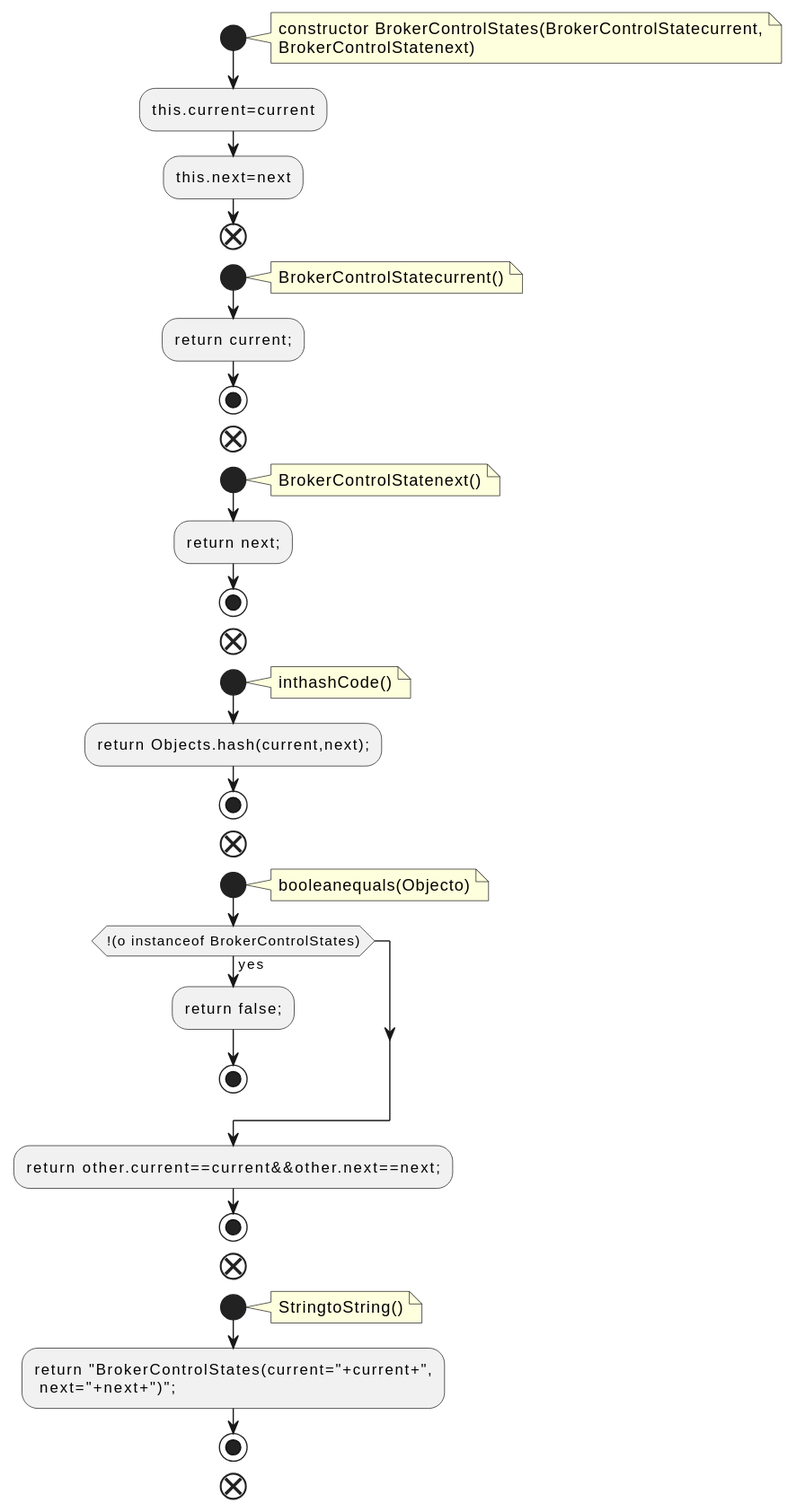
Above: docs/qc/metadata/src/main/java/org/apache/kafka/controller/BrokerControlStates.java.fct.svg in qualitesys/kafka (PlantUML), before the change.
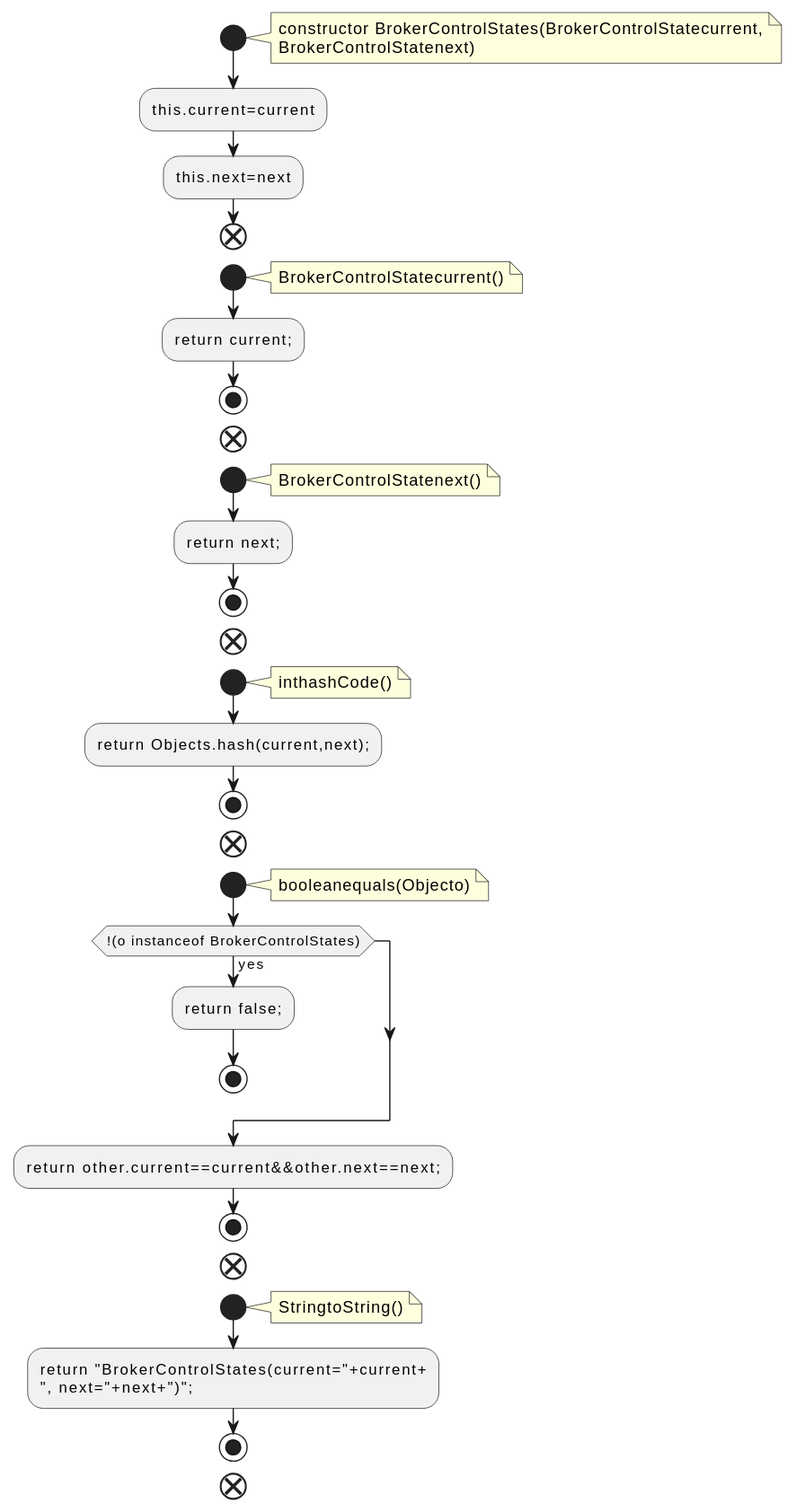
Above is the later version.

The edit, as a diff of the source:
```diff
@@ -44,8 +44,8 @@
 note right
 StringtoString()
 end note
-:return "BrokerControlStates(current="+current+",
- next="+next+")";;
+:return "BrokerControlStates(current="+current+
+", next="+next+")";;
 stop
 end
 @enduml
```
